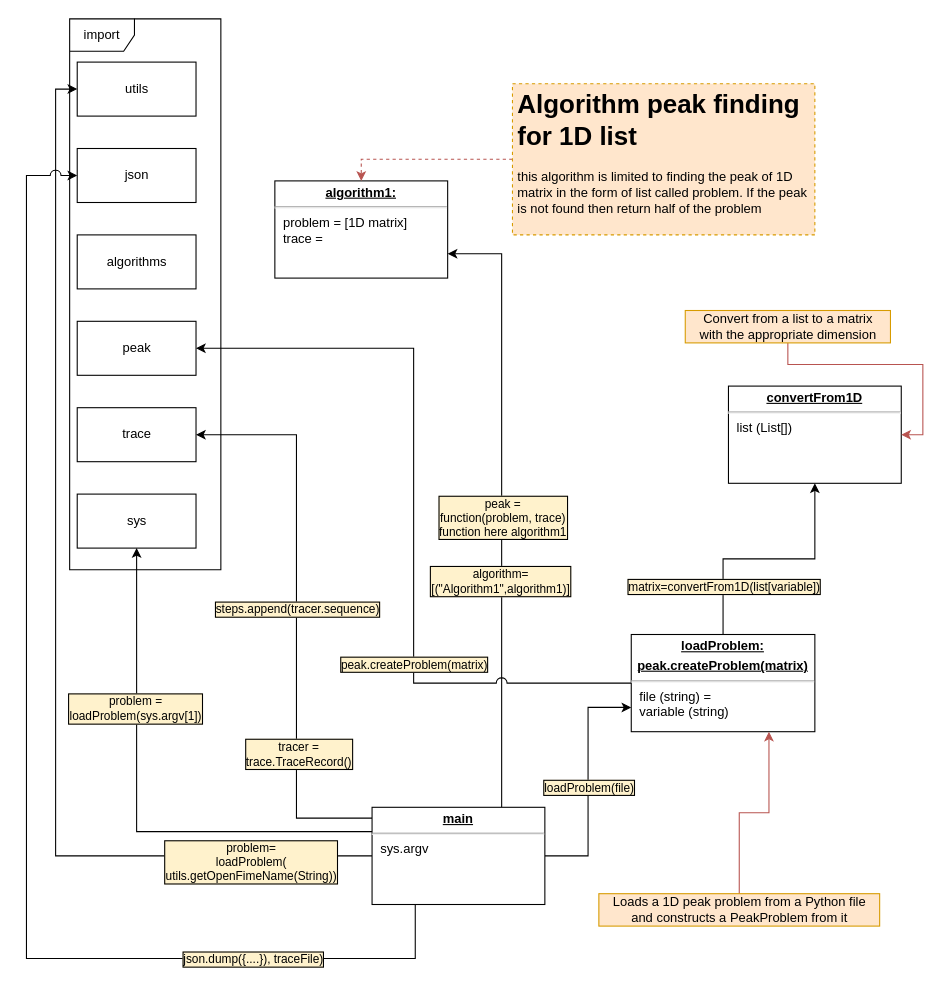
m00racle/python_me keeps this draw.io diagram as page "algorithm1D" (1 of 3) of 6-006_python/rec01/rec01.drawio. Above is the earlier version. Source tidied: cells renumbered, new cells numbered last; positions are measured from the earlier drawing's top-left corner, leaving out a move shared by most shapes. Both pictures are drawn from the tidied source at 108%, with x=0, y=0 at pixel (26, 18).
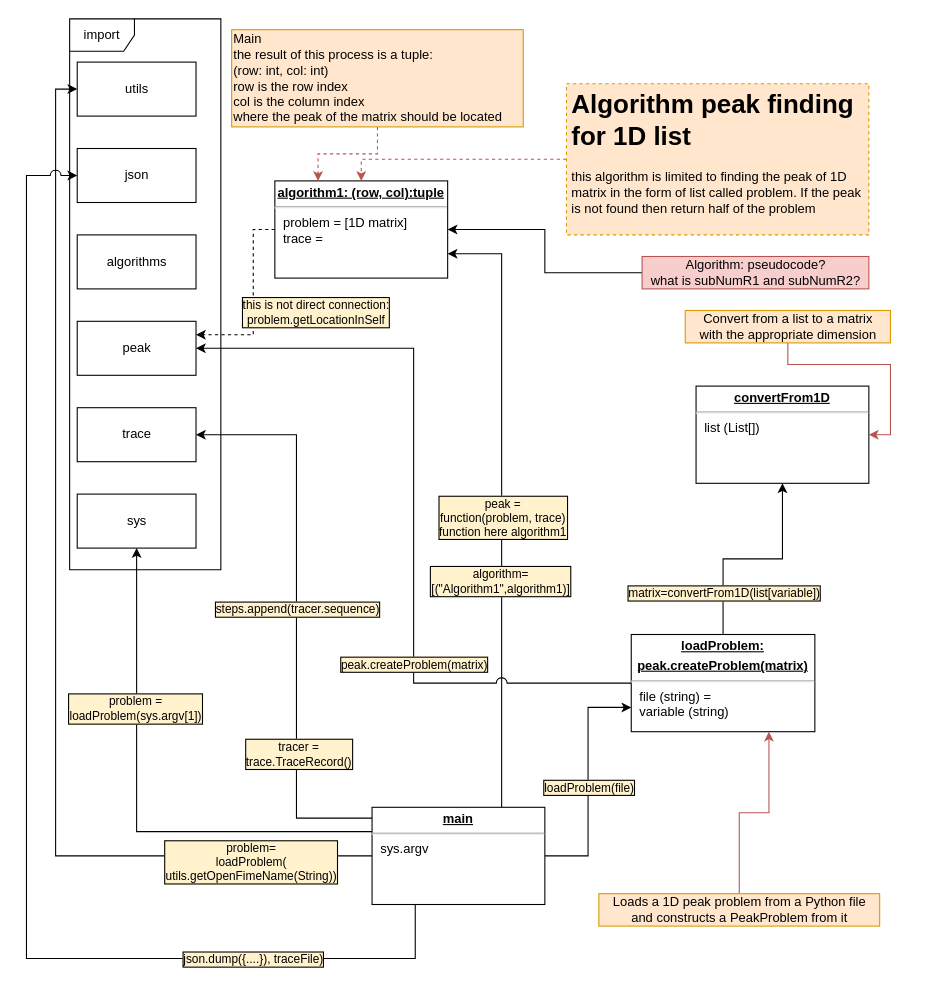
The same page after the edit.

Unchanged cells that the change refers to:
```xml
<mxCell id="6" value="peak" style="html=1;" parent="1" vertex="1">
  <mxGeometry x="47" y="280" width="110" height="50" as="geometry" />
</mxCell>
```

Diff of the diagram source:
```diff
@@
+    <mxCell id="37" style="edgeStyle=orthogonalEdgeStyle;rounded=0;jettySize=auto;html=1;entryX=1;entryY=0.25;entryDx=0;entryDy=0;dashed=1;" parent="1" edge="1" source="9" target="6">
+      <mxGeometry relative="1" as="geometry">
+        <Array as="points">
+          <mxPoint x="210" y="195" />
+          <mxPoint x="210" y="293" />
+        </Array>
+      </mxGeometry>
+    </mxCell>
+    <mxCell id="38" value="&lt;div&gt;this is not direct connection:&lt;/div&gt;&lt;div&gt;problem.getLocationInSelf&lt;br&gt;&lt;/div&gt;" style="edgeLabel;html=1;align=center;verticalAlign=middle;labelBorderColor=#000000;labelBackgroundColor=#FFF2CC;" parent="37" vertex="1">
+      <mxGeometry x="0.16" y="-2" relative="1" as="geometry">
+        <mxPoint x="59" y="-3" as="offset" />
+      </mxGeometry>
+    </mxCell>
-    <mxCell id="9" value="&lt;p style=&quot;margin: 0px ; margin-top: 4px ; text-align: center ; text-decoration: underline&quot;&gt;&lt;b&gt;algorithm1: &lt;br&gt;&lt;/b&gt;&lt;/p&gt;&lt;hr&gt;&lt;p style=&quot;margin: 0px ; margin-left: 8px&quot;&gt;problem = [1D matrix]&lt;/p&gt;&lt;p style=&quot;margin: 0px ; margin-left: 8px&quot;&gt;trace = &lt;br&gt;&lt;/p&gt;" style="verticalAlign=top;align=left;overflow=fill;fontSize=12;fontFamily=Helvetica;html=1;" parent="1" vertex="1">
+    <mxCell id="9" value="&lt;p style=&quot;margin: 0px ; margin-top: 4px ; text-align: center ; text-decoration: underline&quot;&gt;&lt;b&gt;algorithm1: (row, col):tuple&lt;br&gt;&lt;/b&gt;&lt;/p&gt;&lt;hr&gt;&lt;p style=&quot;margin: 0px ; margin-left: 8px&quot;&gt;problem = [1D matrix]&lt;/p&gt;&lt;p style=&quot;margin: 0px ; margin-left: 8px&quot;&gt;trace = &lt;br&gt;&lt;/p&gt;" style="verticalAlign=top;align=left;overflow=fill;fontSize=12;fontFamily=Helvetica;html=1;" parent="1" vertex="1">
       <mxGeometry x="230" y="150" width="160" height="90" as="geometry" />
     </mxCell>
@@
     <mxCell id="11" value="&lt;h1&gt;Algorithm peak finding for 1D list&lt;/h1&gt;&lt;div&gt;this algorithm is limited to finding the peak of 1D matrix in the form of list called problem. If the peak is not found then return half of the problem&lt;br&gt;&lt;/div&gt;" style="text;html=1;fillColor=#ffe6cc;spacing=5;spacingTop=-20;whiteSpace=wrap;overflow=hidden;rounded=0;dashed=1;strokeColor=#d79b00;" parent="1" vertex="1">
-      <mxGeometry x="450" y="60" width="280" height="140" as="geometry" />
+      <mxGeometry x="500" y="60" width="280" height="140" as="geometry" />
     </mxCell>
@@
     <mxCell id="32" value="&lt;p style=&quot;margin: 0px ; margin-top: 4px ; text-align: center ; text-decoration: underline&quot;&gt;&lt;b&gt;convertFrom1D&lt;/b&gt;&lt;/p&gt;&lt;hr&gt;&lt;p style=&quot;margin: 0px ; margin-left: 8px&quot;&gt;list (List[])&lt;br&gt;&lt;/p&gt;" style="verticalAlign=top;align=left;overflow=fill;fontSize=12;fontFamily=Helvetica;html=1;strokeColor=#000000;" parent="1" vertex="1">
-      <mxGeometry x="650" y="340" width="160" height="90" as="geometry" />
+      <mxGeometry x="620" y="340" width="160" height="90" as="geometry" />
     </mxCell>
@@
+    <mxCell id="39" style="edgeStyle=orthogonalEdgeStyle;rounded=0;jettySize=auto;html=1;entryX=0.25;entryY=0;entryDx=0;entryDy=0;dashed=1;fillColor=#f8cecc;strokeColor=#b85450;" parent="1" edge="1" source="40" target="9">
+      <mxGeometry relative="1" as="geometry" />
+    </mxCell>
+    <mxCell id="40" value="&lt;div&gt;Main&lt;/div&gt;&lt;div&gt;the result of this process is a tuple:&lt;/div&gt;&lt;div&gt;(row: int, col: int) &lt;br&gt;&lt;/div&gt;&lt;div&gt;row is the row index&lt;/div&gt;&lt;div&gt;col is the column index&lt;/div&gt;&lt;div&gt;where the peak of the matrix should be located&lt;br&gt;&lt;/div&gt;" style="text;html=1;align=left;verticalAlign=middle;points=[];strokeColor=#d79b00;fillColor=#ffe6cc;" parent="1" vertex="1">
+      <mxGeometry x="190" y="10" width="270" height="90" as="geometry" />
+    </mxCell>
+    <mxCell id="41" style="edgeStyle=orthogonalEdgeStyle;rounded=0;jettySize=auto;html=1;entryX=1;entryY=0.5;entryDx=0;entryDy=0;strokeColor=#000000;" parent="1" edge="1" source="42" target="9">
+      <mxGeometry relative="1" as="geometry" />
+    </mxCell>
+    <mxCell id="42" value="Algorithm: pseudocode?&lt;br&gt;what is subNumR1 and subNumR2?" style="text;html=1;align=center;verticalAlign=middle;points=[];fillColor=#f8cecc;strokeColor=#b85450;" parent="1" vertex="1">
+      <mxGeometry x="570" y="220" width="210" height="30" as="geometry" />
+    </mxCell>
```
